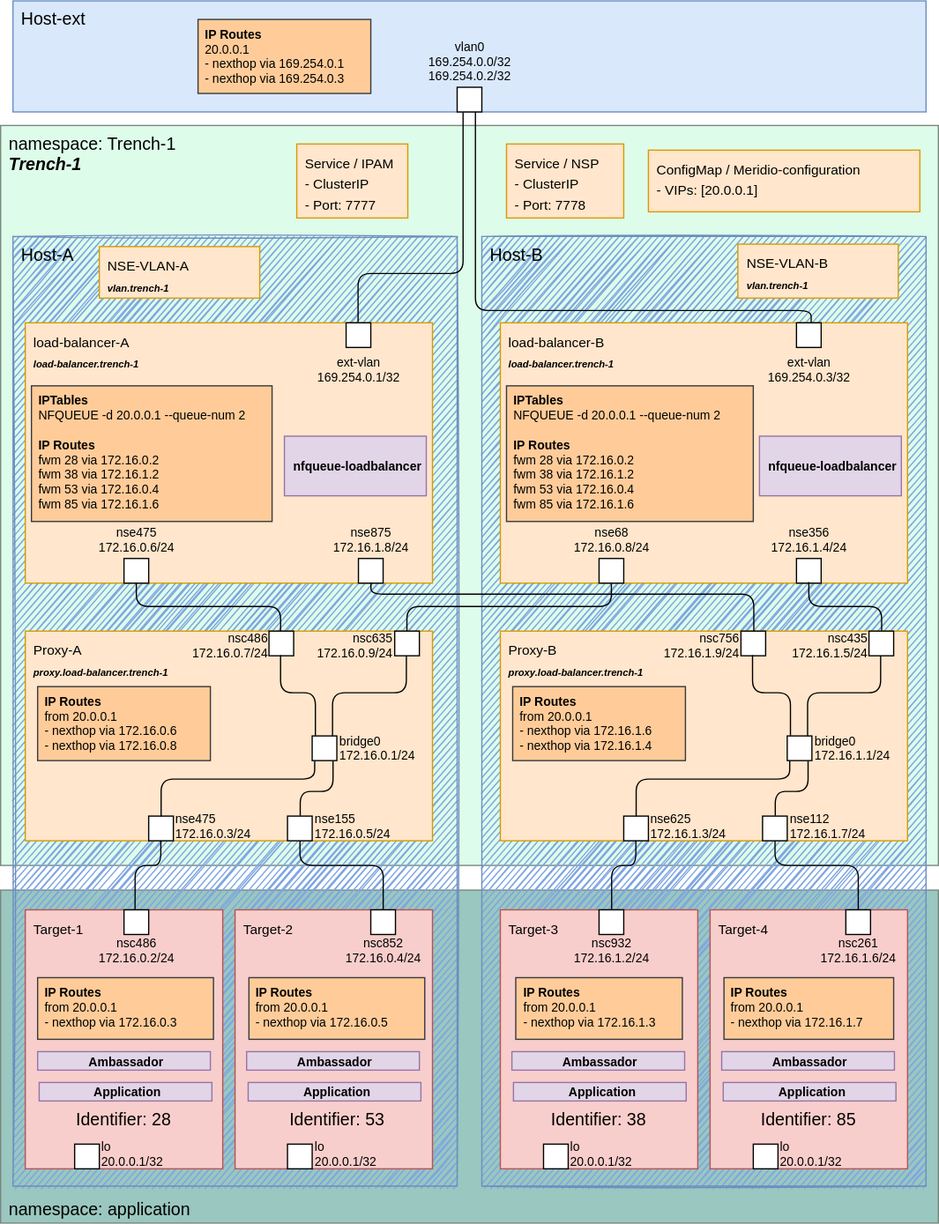
Earlier version of the draw.io export docs/resources/Overview.svg (Nordix/Meridio). Source tidied: cells renumbered, new cells last; positions are measured from the earlier drawing's top-left corner, leaving out a move shared by most shapes.
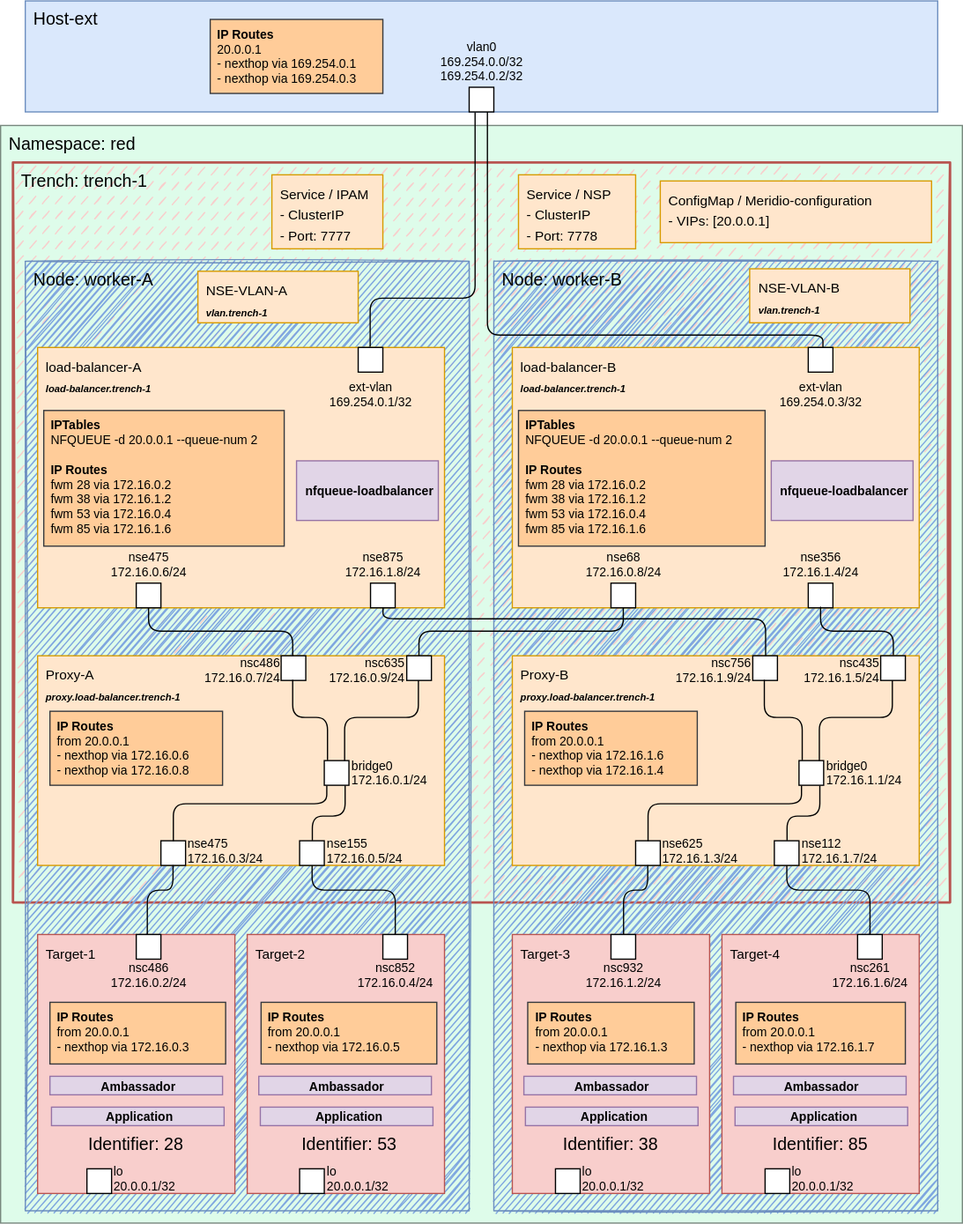
Above is the later version.

What changed in the source:
```diff
@@ -2,16 +2,16 @@
   <root>
     <mxCell id="0" />
     <mxCell id="1" parent="0" />
+    <mxCell id="3" value="Namespace: red" style="rounded=0;whiteSpace=wrap;html=1;labelBackgroundColor=none;fontSize=14;align=left;verticalAlign=top;spacingLeft=5;fillColor=#DEFCEA;strokeColor=#77877D;" parent="1" vertex="1">
+      <mxGeometry x="-10" y="81" width="780" height="890" as="geometry" />
+    </mxCell>
-    <mxCell id="2" value="namespace: application" style="rounded=0;whiteSpace=wrap;html=1;labelBackgroundColor=none;fontSize=14;align=left;verticalAlign=bottom;spacingLeft=5;strokeColor=#77877D;fillColor=#9AC7BF;" parent="1" vertex="1">
-      <mxGeometry y="721" width="760" height="270" as="geometry" />
+    <mxCell id="2" value="Trench: trench-1" style="rounded=0;whiteSpace=wrap;html=1;labelBackgroundColor=none;fontSize=14;align=left;verticalAlign=top;spacingLeft=5;strokeColor=#b85450;fillColor=#f8cecc;sketch=1;fillStyle=dashed;strokeWidth=2;" parent="1" vertex="1">
+      <mxGeometry y="111" width="760" height="600" as="geometry" />
     </mxCell>
-    <mxCell id="3" value="namespace: Trench-1&lt;br&gt;&lt;i&gt;&lt;b&gt;Trench-1&lt;/b&gt;&lt;/i&gt;" style="rounded=0;whiteSpace=wrap;html=1;labelBackgroundColor=none;fontSize=14;align=left;verticalAlign=top;spacingLeft=5;fillColor=#DEFCEA;strokeColor=#77877D;" parent="1" vertex="1">
-      <mxGeometry y="101" width="760" height="600" as="geometry" />
-    </mxCell>
     <mxCell id="4" value="Host-ext" style="rounded=0;whiteSpace=wrap;html=1;labelBackgroundColor=none;fontSize=14;align=left;fillColor=#dae8fc;strokeColor=#6c8ebf;verticalAlign=top;spacingLeft=5;" parent="1" vertex="1">
-      <mxGeometry x="10" width="740" height="90" as="geometry" />
+      <mxGeometry x="10" y="-20" width="740" height="90" as="geometry" />
     </mxCell>
-    <mxCell id="5" value="Host-A" style="rounded=0;whiteSpace=wrap;html=1;labelBackgroundColor=none;fontSize=14;align=left;strokeColor=#6c8ebf;verticalAlign=top;spacingLeft=5;sketch=1;fillStyle=hachure;fillColor=#7EA6E0;" parent="1" vertex="1">
+    <mxCell id="5" value="Node: worker-A" style="rounded=0;whiteSpace=wrap;html=1;labelBackgroundColor=none;fontSize=14;align=left;strokeColor=#6c8ebf;verticalAlign=top;spacingLeft=5;sketch=1;fillStyle=hachure;fillColor=#7EA6E0;" parent="1" vertex="1">
       <mxGeometry x="10" y="191" width="360" height="770" as="geometry" />
     </mxCell>
     <mxCell id="6" value="&lt;font&gt;&lt;span style=&quot;font-size: 11px&quot;&gt;load-balancer-A&lt;/span&gt;&lt;br&gt;&lt;i style=&quot;font-size: x-small&quot;&gt;&lt;b style=&quot;font-size: 8px&quot;&gt;load-balancer.trench-1&lt;/b&gt;&lt;/i&gt;&lt;br&gt;&lt;/font&gt;" style="rounded=0;whiteSpace=wrap;html=1;labelBackgroundColor=none;fontSize=14;align=left;fillColor=#ffe6cc;strokeColor=#d79b00;verticalAlign=top;spacingLeft=5;" parent="1" vertex="1">
@@ -158,7 +158,7 @@
     <mxCell id="43" style="html=1;align=right;verticalAlign=top;labelBackgroundColor=none;fontSize=10;" parent="41" vertex="1">
       <mxGeometry x="1" relative="1" as="geometry" />
     </mxCell>
-    <mxCell id="44" value="Host-B" style="rounded=0;whiteSpace=wrap;html=1;labelBackgroundColor=none;fontSize=14;align=left;strokeColor=#6c8ebf;verticalAlign=top;spacingLeft=5;shadow=0;glass=0;sketch=1;fillStyle=hachure;fillColor=#7EA6E0;" parent="1" vertex="1">
+    <mxCell id="44" value="Node: worker-B" style="rounded=0;whiteSpace=wrap;html=1;labelBackgroundColor=none;fontSize=14;align=left;strokeColor=#6c8ebf;verticalAlign=top;spacingLeft=5;shadow=0;glass=0;sketch=1;fillStyle=hachure;fillColor=#7EA6E0;" parent="1" vertex="1">
       <mxGeometry x="390" y="191" width="360" height="770" as="geometry" />
     </mxCell>
     <mxCell id="45" value="&lt;font&gt;&lt;span style=&quot;font-size: 11px&quot;&gt;Proxy-B&lt;/span&gt;&lt;br&gt;&lt;i style=&quot;font-size: x-small&quot;&gt;&lt;b style=&quot;font-size: 8px&quot;&gt;proxy.load-balancer.trench-1&lt;/b&gt;&lt;/i&gt;&lt;br&gt;&lt;/font&gt;" style="rounded=0;whiteSpace=wrap;html=1;labelBackgroundColor=none;fontSize=14;align=left;fillColor=#ffe6cc;strokeColor=#d79b00;verticalAlign=top;spacingLeft=5;" parent="1" vertex="1">
@@ -362,10 +362,10 @@
       <mxGeometry x="1" relative="1" as="geometry" />
     </mxCell>
     <mxCell id="95" value="vlan0&lt;br&gt;169.254.0.0/32&lt;br&gt;169.254.0.2/32" style="strokeColor=inherit;fillColor=inherit;gradientColor=inherit;shape=rect;points=[[0,0.5,0]];html=1;align=center;verticalAlign=bottom;labelPosition=center;verticalLabelPosition=top;labelBackgroundColor=none;fontSize=10;paart=1;direction=south;" parent="1" vertex="1">
-      <mxGeometry x="370" y="70" width="20" height="20" as="geometry" />
+      <mxGeometry x="370" y="50" width="20" height="20" as="geometry" />
     </mxCell>
     <mxCell id="96" value="&lt;span&gt;&lt;b&gt;IP Routes&lt;/b&gt;&lt;/span&gt;&lt;br style=&quot;padding: 0px ; margin: 0px&quot;&gt;20.0.0.1&lt;br&gt;- nexthop via 169.254.0.1&lt;br&gt;- nexthop via 169.254.0.3" style="rounded=0;whiteSpace=wrap;html=1;labelBackgroundColor=none;fontSize=10;align=left;spacingLeft=4;labelPosition=center;verticalLabelPosition=middle;verticalAlign=top;fillColor=#ffcc99;strokeColor=#36393d;" parent="1" vertex="1">
-      <mxGeometry x="160" y="15" width="140" height="60" as="geometry" />
+      <mxGeometry x="160" y="-5" width="140" height="60" as="geometry" />
     </mxCell>
     <mxCell id="97" style="verticalAlign=bottom;html=1;endArrow=none;startArrow=none;startSize=14;startFill=0;edgeStyle=orthogonalEdgeStyle;fontSize=19;entryX=1.02;entryY=0.76;entryDx=0;entryDy=0;entryPerimeter=0;exitX=0.485;exitY=-0.03;exitDx=0;exitDy=0;exitPerimeter=0;" parent="1" edge="1" source="8" target="95">
       <mxGeometry relative="1" as="geometry">
@@ -414,16 +414,16 @@
       <mxGeometry x="60" y="927" width="20" height="20" as="geometry" />
     </mxCell>
     <mxCell id="109" value="&lt;font&gt;&lt;span style=&quot;font-size: 11px&quot;&gt;NSE-VLAN-A&lt;/span&gt;&lt;br&gt;&lt;i style=&quot;font-size: x-small&quot;&gt;&lt;b style=&quot;font-size: 8px&quot;&gt;vlan.trench-1&lt;/b&gt;&lt;/i&gt;&lt;br&gt;&lt;/font&gt;" style="rounded=0;whiteSpace=wrap;html=1;labelBackgroundColor=none;fontSize=14;align=left;fillColor=#ffe6cc;strokeColor=#d79b00;verticalAlign=top;spacingLeft=5;" parent="1" vertex="1">
-      <mxGeometry x="80" y="199.2" width="130" height="41.8" as="geometry" />
+      <mxGeometry x="150" y="199.2" width="130" height="41.8" as="geometry" />
     </mxCell>
     <mxCell id="110" value="&lt;font style=&quot;font-size: 11px&quot;&gt;Service / NSP&lt;br&gt;- ClusterIP&lt;br&gt;- Port: 7778&lt;br&gt;&lt;/font&gt;" style="rounded=0;whiteSpace=wrap;html=1;labelBackgroundColor=none;fontSize=14;align=left;fillColor=#ffe6cc;strokeColor=#d79b00;verticalAlign=top;spacingLeft=5;" parent="1" vertex="1">
-      <mxGeometry x="410" y="116" width="95" height="60" as="geometry" />
+      <mxGeometry x="410" y="121" width="95" height="60" as="geometry" />
     </mxCell>
     <mxCell id="111" value="&lt;font style=&quot;font-size: 11px&quot;&gt;Service / IPAM&lt;br&gt;- ClusterIP&lt;br&gt;- Port: 7777&lt;br&gt;&lt;/font&gt;" style="rounded=0;whiteSpace=wrap;html=1;labelBackgroundColor=none;fontSize=14;align=left;fillColor=#ffe6cc;strokeColor=#d79b00;verticalAlign=top;spacingLeft=5;" parent="1" vertex="1">
-      <mxGeometry x="240" y="116" width="90" height="60" as="geometry" />
+      <mxGeometry x="210" y="121" width="90" height="60" as="geometry" />
     </mxCell>
     <mxCell id="112" value="&lt;font style=&quot;font-size: 11px&quot;&gt;ConfigMap / Meridio-configuration&lt;br&gt;- VIPs: [20.0.0.1]&lt;br&gt;&lt;/font&gt;" style="rounded=0;whiteSpace=wrap;html=1;labelBackgroundColor=none;fontSize=14;align=left;fillColor=#ffe6cc;strokeColor=#d79b00;verticalAlign=top;spacingLeft=5;" parent="1" vertex="1">
-      <mxGeometry x="525" y="121" width="220" height="50" as="geometry" />
+      <mxGeometry x="525" y="126" width="220" height="50" as="geometry" />
     </mxCell>
     <mxCell id="113" value="&lt;font&gt;&lt;span style=&quot;font-size: 11px&quot;&gt;NSE-VLAN-B&lt;/span&gt;&lt;br&gt;&lt;i style=&quot;font-size: x-small&quot;&gt;&lt;b style=&quot;font-size: 8px&quot;&gt;vlan.trench-1&lt;/b&gt;&lt;/i&gt;&lt;br&gt;&lt;/font&gt;" style="rounded=0;whiteSpace=wrap;html=1;labelBackgroundColor=none;fontSize=14;align=left;fillColor=#ffe6cc;strokeColor=#d79b00;verticalAlign=top;spacingLeft=5;" parent="1" vertex="1">
       <mxGeometry x="597.5" y="197.2" width="130" height="43.8" as="geometry" />
```
